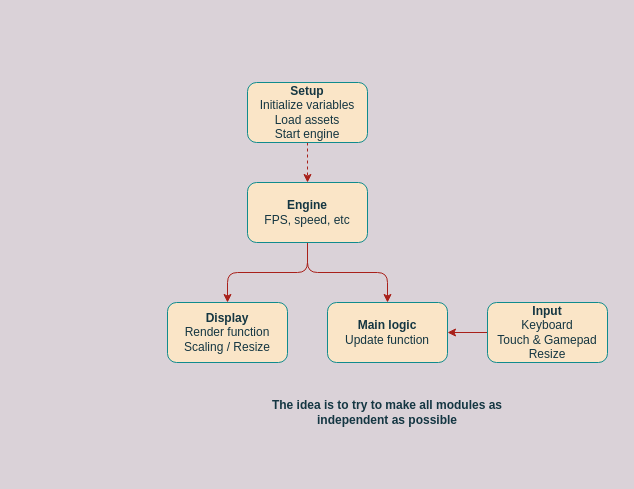
Before: Diagram.drawio in carloswunsche/js13k-shmup, a draw.io diagram. Source tidied: cells renumbered, new cells numbered last; positions are measured from the earlier drawing's top-left corner, leaving out a move shared by most shapes. Both pictures are drawn from the tidied source at 100%, with x=0, y=0 at pixel (167, 82).
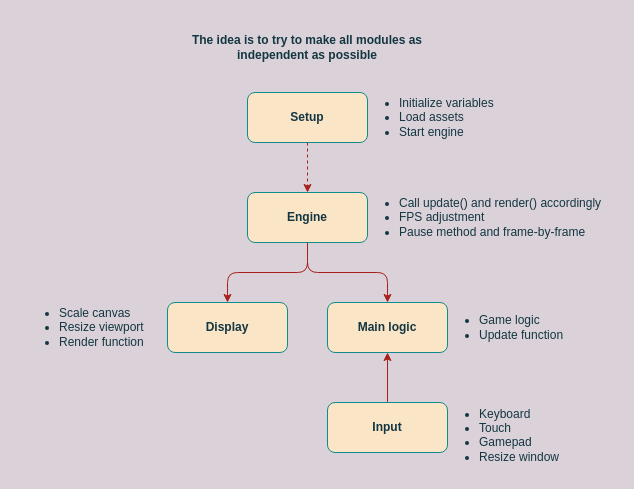
The same diagram, later.

The edit, as a diff of the source:
```diff
@@
 <mxGraphModel background="#DAD2D8">
   <root>
     <mxCell id="0" />
     <mxCell id="1" parent="0" />
     <mxCell id="2" style="edgeStyle=orthogonalEdgeStyle;curved=0;rounded=1;sketch=0;jettySize=auto;html=1;exitX=0.5;exitY=1;exitDx=0;exitDy=0;entryX=0.5;entryY=0;entryDx=0;entryDy=0;fontColor=#143642;strokeColor=#A8201A;fillColor=#FAE5C7;labelBackgroundColor=#DAD2D8;" parent="1" edge="1" source="4" target="8">
       <mxGeometry relative="1" as="geometry" />
     </mxCell>
     <mxCell id="3" style="edgeStyle=orthogonalEdgeStyle;curved=0;rounded=1;sketch=0;jettySize=auto;html=1;exitX=0.5;exitY=1;exitDx=0;exitDy=0;entryX=0.5;entryY=0;entryDx=0;entryDy=0;fontColor=#143642;strokeColor=#A8201A;fillColor=#FAE5C7;labelBackgroundColor=#DAD2D8;" parent="1" edge="1" source="4" target="5">
       <mxGeometry relative="1" as="geometry" />
     </mxCell>
-    <mxCell id="4" value="&lt;b&gt;Engine&lt;/b&gt;&lt;br&gt;FPS, speed, etc" style="rounded=1;whiteSpace=wrap;html=1;fillColor=#FAE5C7;strokeColor=#0F8B8D;fontColor=#143642;" parent="1" vertex="1">
-      <mxGeometry x="80" y="100" width="120" height="60" as="geometry" />
+    <mxCell id="4" value="&lt;b&gt;Engine&lt;/b&gt;" style="rounded=1;whiteSpace=wrap;html=1;fillColor=#FAE5C7;strokeColor=#0F8B8D;fontColor=#143642;" parent="1" vertex="1">
+      <mxGeometry x="80" y="110" width="120" height="50" as="geometry" />
     </mxCell>
-    <mxCell id="5" value="&lt;b&gt;Display&lt;/b&gt;&lt;br&gt;Render function&lt;br&gt;Scaling / Resize" style="rounded=1;whiteSpace=wrap;html=1;fillColor=#FAE5C7;strokeColor=#0F8B8D;fontColor=#143642;" parent="1" vertex="1">
-      <mxGeometry y="220" width="120" height="60" as="geometry" />
+    <mxCell id="5" value="&lt;b&gt;Display&lt;/b&gt;" style="rounded=1;whiteSpace=wrap;html=1;fillColor=#FAE5C7;strokeColor=#0F8B8D;fontColor=#143642;" parent="1" vertex="1">
+      <mxGeometry y="220" width="120" height="50" as="geometry" />
     </mxCell>
-    <mxCell id="6" style="edgeStyle=orthogonalEdgeStyle;curved=0;rounded=1;sketch=0;jettySize=auto;html=1;exitX=0;exitY=0.5;exitDx=0;exitDy=0;entryX=1;entryY=0.5;entryDx=0;entryDy=0;fontColor=#143642;strokeColor=#A8201A;fillColor=#FAE5C7;labelBackgroundColor=#DAD2D8;" parent="1" edge="1" source="7" target="8">
+    <mxCell id="6" style="edgeStyle=orthogonalEdgeStyle;curved=0;rounded=1;sketch=0;jettySize=auto;html=1;exitX=0.5;exitY=0;exitDx=0;exitDy=0;entryX=0.5;entryY=1;entryDx=0;entryDy=0;fontColor=#143642;strokeColor=#A8201A;fillColor=#FAE5C7;" parent="1" edge="1" source="7" target="8">
       <mxGeometry relative="1" as="geometry" />
     </mxCell>
-    <mxCell id="7" value="&lt;b&gt;Input&lt;/b&gt;&lt;br&gt;Keyboard&lt;br&gt;Touch &amp;amp; Gamepad&lt;br&gt;Resize" style="rounded=1;whiteSpace=wrap;html=1;fillColor=#FAE5C7;strokeColor=#0F8B8D;fontColor=#143642;" parent="1" vertex="1">
-      <mxGeometry x="320" y="220" width="120" height="60" as="geometry" />
+    <mxCell id="7" value="&lt;b&gt;Input&lt;/b&gt;" style="rounded=1;whiteSpace=wrap;html=1;fillColor=#FAE5C7;strokeColor=#0F8B8D;fontColor=#143642;" parent="1" vertex="1">
+      <mxGeometry x="160" y="320" width="120" height="50" as="geometry" />
     </mxCell>
-    <mxCell id="8" value="&lt;b&gt;Main logic&lt;/b&gt;&lt;br&gt;Update function" style="rounded=1;whiteSpace=wrap;html=1;sketch=0;fontColor=#143642;strokeColor=#0F8B8D;fillColor=#FAE5C7;" parent="1" vertex="1">
-      <mxGeometry x="160" y="220" width="120" height="60" as="geometry" />
+    <mxCell id="8" value="&lt;b&gt;Main logic&lt;/b&gt;" style="rounded=1;whiteSpace=wrap;html=1;sketch=0;fontColor=#143642;strokeColor=#0F8B8D;fillColor=#FAE5C7;" parent="1" vertex="1">
+      <mxGeometry x="160" y="220" width="120" height="50" as="geometry" />
     </mxCell>
     <mxCell id="9" style="edgeStyle=orthogonalEdgeStyle;curved=0;rounded=1;sketch=0;jettySize=auto;html=1;exitX=0.5;exitY=1;exitDx=0;exitDy=0;entryX=0.5;entryY=0;entryDx=0;entryDy=0;fontColor=#143642;fillColor=#FAE5C7;dashed=1;labelBackgroundColor=#DAD2D8;strokeColor=#A8201A;" parent="1" edge="1" source="10" target="4">
       <mxGeometry relative="1" as="geometry" />
     </mxCell>
-    <mxCell id="10" value="&lt;b&gt;Setup&lt;/b&gt;&lt;br&gt;Initialize variables&lt;br&gt;Load assets&lt;br&gt;Start engine" style="rounded=1;whiteSpace=wrap;html=1;sketch=0;fontColor=#143642;strokeColor=#0F8B8D;fillColor=#FAE5C7;" parent="1" vertex="1">
-      <mxGeometry x="80" width="120" height="60" as="geometry" />
+    <mxCell id="10" value="&lt;b&gt;Setup&lt;/b&gt;" style="rounded=1;whiteSpace=wrap;html=1;sketch=0;fontColor=#143642;strokeColor=#0F8B8D;fillColor=#FAE5C7;" parent="1" vertex="1">
+      <mxGeometry x="80" y="10" width="120" height="50" as="geometry" />
     </mxCell>
     <mxCell id="11" value="&lt;b&gt;The idea is to try to make all modules as independent as possible&lt;/b&gt;" style="text;html=1;strokeColor=none;fillColor=none;align=center;verticalAlign=middle;whiteSpace=wrap;rounded=0;sketch=0;fontColor=#143642;" parent="1" vertex="1">
-      <mxGeometry x="95" y="300" width="250" height="60" as="geometry" />
+      <mxGeometry x="15" y="-65" width="250" height="60" as="geometry" />
     </mxCell>
+    <mxCell id="12" value="&lt;ul&gt;&lt;li&gt;Keyboard&lt;/li&gt;&lt;li&gt;Touch&lt;/li&gt;&lt;li&gt;Gamepad&lt;/li&gt;&lt;li&gt;Resize window&lt;/li&gt;&lt;/ul&gt;" style="text;strokeColor=none;fillColor=none;html=1;whiteSpace=wrap;verticalAlign=middle;overflow=hidden;rounded=0;sketch=0;fontColor=#143642;" parent="1" vertex="1">
+      <mxGeometry x="270" y="310" width="140" height="80" as="geometry" />
+    </mxCell>
+    <mxCell id="13" value="&lt;ul&gt;&lt;li&gt;&lt;span style=&quot;text-align: center&quot;&gt;Initialize variables&lt;/span&gt;&lt;/li&gt;&lt;li&gt;&lt;span style=&quot;text-align: center&quot;&gt;Load assets&lt;/span&gt;&lt;/li&gt;&lt;li&gt;&lt;span style=&quot;text-align: center&quot;&gt;Start engine&lt;/span&gt;&lt;br&gt;&lt;/li&gt;&lt;/ul&gt;" style="text;strokeColor=none;fillColor=none;html=1;whiteSpace=wrap;verticalAlign=middle;overflow=hidden;rounded=0;sketch=0;fontColor=#143642;" parent="1" vertex="1">
+      <mxGeometry x="190" y="-5" width="140" height="80" as="geometry" />
+    </mxCell>
+    <mxCell id="14" value="&lt;ul&gt;&lt;li&gt;Call update() and render() accordingly&lt;/li&gt;&lt;li&gt;FPS adjustment&lt;/li&gt;&lt;li&gt;Pause method and frame-by-frame&lt;/li&gt;&lt;/ul&gt;" style="text;strokeColor=none;fillColor=none;html=1;whiteSpace=wrap;verticalAlign=middle;overflow=hidden;rounded=0;sketch=0;fontColor=#143642;" parent="1" vertex="1">
+      <mxGeometry x="190" y="95" width="260" height="80" as="geometry" />
+    </mxCell>
+    <mxCell id="15" value="&lt;ul&gt;&lt;li&gt;Game logic&lt;/li&gt;&lt;li&gt;Update function&lt;/li&gt;&lt;/ul&gt;" style="text;strokeColor=none;fillColor=none;html=1;whiteSpace=wrap;verticalAlign=middle;overflow=hidden;rounded=0;sketch=0;fontColor=#143642;" parent="1" vertex="1">
+      <mxGeometry x="270" y="205" width="130" height="80" as="geometry" />
+    </mxCell>
+    <mxCell id="16" value="&lt;ul&gt;&lt;li&gt;Scale canvas&lt;/li&gt;&lt;li&gt;Resize viewport&lt;/li&gt;&lt;li&gt;Render function&lt;/li&gt;&lt;/ul&gt;" style="text;strokeColor=none;fillColor=none;html=1;whiteSpace=wrap;verticalAlign=middle;overflow=hidden;rounded=0;sketch=0;fontColor=#143642;" parent="1" vertex="1">
+      <mxGeometry x="-150" y="205" width="140" height="80" as="geometry" />
+    </mxCell>
   </root>
 </mxGraphModel>
```
